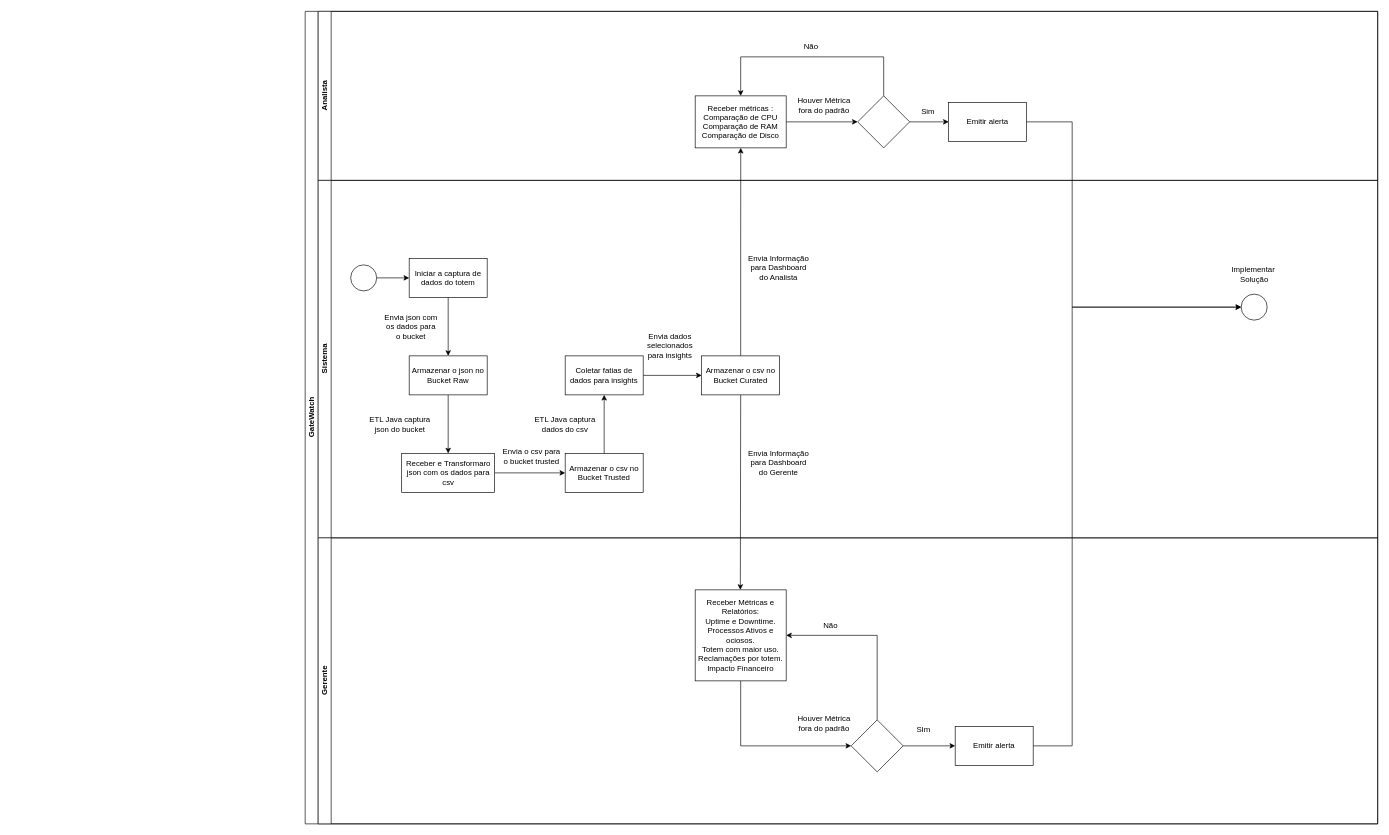
Before: Documentação/BPMN/BPMNGateWatch.drawio in Gate-Watch/Gate-Watch, a draw.io diagram. Source tidied: cells renumbered, new cells numbered last; positions are measured from the earlier drawing's top-left corner, leaving out a move shared by most shapes. Both pictures are drawn from the tidied source at 65%, with x=0, y=0 at pixel (305, 11).
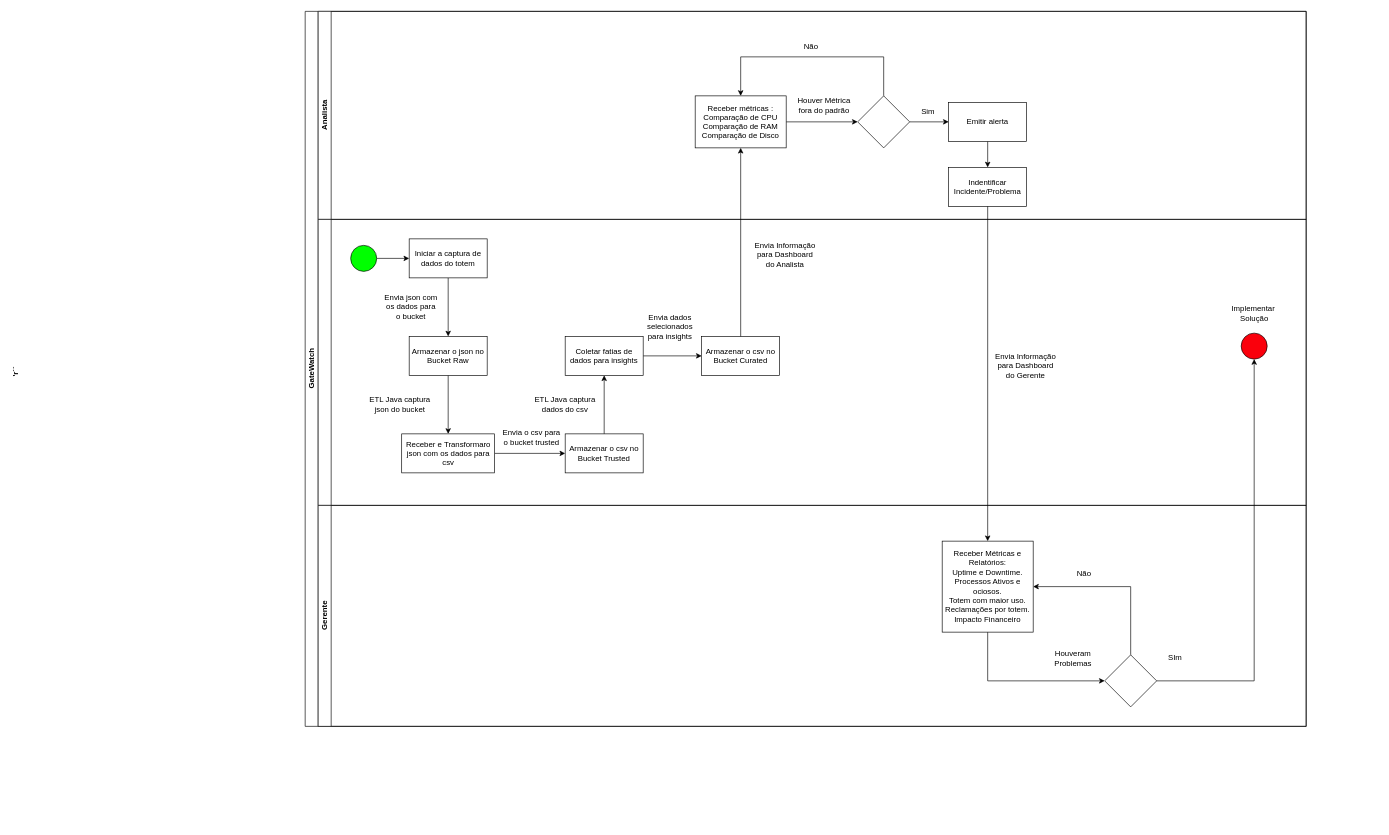
Above is the later version.

The change refers to these unchanged cells:
```xml
<mxCell id="5" value="Receber métricas :&lt;div&gt;Comparação de CPU&lt;/div&gt;&lt;div&gt;Comparação de RAM&lt;/div&gt;&lt;div&gt;Comparação de Disco&lt;/div&gt;" style="rounded=0;whiteSpace=wrap;html=1;" parent="3" vertex="1">
  <mxGeometry x="580" y="130" width="140" height="80" as="geometry" />
</mxCell>
<mxCell id="10" value="Emitir alerta" style="whiteSpace=wrap;html=1;rounded=0;" parent="3" vertex="1">
  <mxGeometry x="970" y="140" width="120" height="60" as="geometry" />
</mxCell>
```

What changed in the source:
```diff
@@
     <mxCell id="2" value="GateWatch" style="swimlane;html=1;horizontal=0;startSize=20;" parent="1" vertex="1">
-      <mxGeometry width="1650" height="1250" as="geometry" />
+      <mxGeometry width="1540" height="1100" as="geometry" />
     </mxCell>
     <mxCell id="3" value="Analista" style="swimlane;html=1;startSize=20;horizontal=0;" parent="2" vertex="1">
-      <mxGeometry x="20" width="1630" height="260" as="geometry" />
+      <mxGeometry x="20" width="1520" height="320" as="geometry" />
     </mxCell>
@@
+    <mxCell id="50" style="edgeStyle=orthogonalEdgeStyle;rounded=0;jettySize=auto;html=1;" parent="3" edge="1" source="10" target="51">
+      <mxGeometry relative="1" as="geometry" />
+    </mxCell>
@@
+    <mxCell id="51" value="Indentificar Incidente/Problema" style="whiteSpace=wrap;html=1;rounded=0;" parent="3" vertex="1">
+      <mxGeometry x="970" y="240" width="120" height="60" as="geometry" />
+    </mxCell>
-    <mxCell id="13" value="Sistema" style="swimlane;html=1;startSize=20;horizontal=0;" parent="2" vertex="1">
-      <mxGeometry x="20" y="260" width="1630" height="550" as="geometry" />
+    <mxCell id="13" value="'r´´&amp;nbsp; &amp;nbsp; &amp;nbsp; &amp;nbsp; &amp;nbsp;&lt;div&gt;&lt;br&gt;&lt;/div&gt;&lt;div&gt;&lt;br&gt;&lt;/div&gt;&lt;div&gt;&lt;br&gt;&lt;/div&gt;&lt;div&gt;&lt;br&gt;&lt;/div&gt;&lt;div&gt;&lt;br&gt;&lt;/div&gt;&lt;div&gt;&lt;br&gt;&lt;/div&gt;&lt;div&gt;&lt;br&gt;&lt;/div&gt;&lt;div&gt;&lt;br&gt;&lt;/div&gt;&lt;div&gt;&lt;br&gt;&lt;/div&gt;&lt;div&gt;&lt;br&gt;&lt;/div&gt;&lt;div&gt;&lt;br&gt;&lt;/div&gt;&lt;div&gt;&lt;br&gt;&lt;/div&gt;&lt;div&gt;&lt;br&gt;&lt;/div&gt;&lt;div&gt;&lt;br&gt;&lt;/div&gt;&lt;div&gt;&lt;br&gt;&lt;/div&gt;&lt;div&gt;&lt;br&gt;&lt;/div&gt;&lt;div&gt;&lt;br&gt;&lt;/div&gt;&lt;div&gt;&lt;br&gt;&lt;/div&gt;&lt;div&gt;&lt;br&gt;&lt;/div&gt;&lt;div&gt;&lt;br&gt;&lt;/div&gt;&lt;div&gt;&lt;br&gt;&lt;/div&gt;&lt;div&gt;&lt;br&gt;&lt;/div&gt;&lt;div&gt;&lt;br&gt;&lt;/div&gt;&lt;div&gt;&lt;br&gt;&lt;/div&gt;&lt;div&gt;&lt;br&gt;&lt;/div&gt;&lt;div&gt;&lt;br&gt;&lt;/div&gt;&lt;div&gt;&lt;br&gt;&lt;/div&gt;&lt;div&gt;&lt;br&gt;&lt;/div&gt;&lt;div&gt;&lt;br&gt;&lt;/div&gt;&lt;div&gt;&lt;br&gt;&lt;/div&gt;&lt;div&gt;&lt;br&gt;&lt;/div&gt;&lt;div&gt;&lt;br&gt;&lt;/div&gt;&lt;div&gt;&lt;br&gt;&lt;/div&gt;&lt;div&gt;&lt;br&gt;&lt;/div&gt;&lt;div&gt;&lt;br&gt;&lt;/div&gt;&lt;div&gt;&lt;br&gt;&lt;/div&gt;&lt;div&gt;&lt;br&gt;&lt;/div&gt;&lt;div&gt;&lt;br&gt;&lt;/div&gt;&lt;div&gt;&lt;br&gt;&lt;/div&gt;&lt;div&gt;&lt;br&gt;&lt;/div&gt;&lt;div&gt;&lt;br&gt;&lt;/div&gt;&lt;div&gt;&lt;br&gt;&lt;/div&gt;&lt;div&gt;&lt;br&gt;&lt;/div&gt;&lt;div&gt;&lt;br&gt;&lt;/div&gt;&lt;div&gt;&lt;br&gt;&lt;/div&gt;&lt;div&gt;&lt;br&gt;&lt;/div&gt;&lt;div&gt;&lt;br&gt;&lt;/div&gt;&lt;div&gt;&lt;br&gt;&lt;/div&gt;&lt;div&gt;&lt;br&gt;&lt;/div&gt;&lt;div&gt;&lt;br&gt;&lt;/div&gt;&lt;div&gt;&lt;br&gt;&lt;/div&gt;&lt;div&gt;&lt;br&gt;&lt;/div&gt;&lt;div&gt;&lt;br&gt;&lt;/div&gt;&lt;div&gt;&lt;br&gt;&lt;/div&gt;&lt;div&gt;&lt;br&gt;&lt;/div&gt;&lt;div&gt;&lt;br&gt;&lt;/div&gt;&lt;div&gt;&lt;br&gt;&lt;/div&gt;&lt;div&gt;&lt;br&gt;&lt;/div&gt;&lt;div&gt;&lt;br&gt;&lt;/div&gt;&lt;div&gt;&lt;br&gt;&lt;/div&gt;&lt;div&gt;&lt;br&gt;&lt;/div&gt;&lt;div&gt;&lt;br&gt;&lt;/div&gt;&lt;div&gt;&lt;br&gt;&lt;/div&gt;&lt;div&gt;&lt;br&gt;&lt;/div&gt;&lt;div&gt;&lt;br&gt;&lt;/div&gt;&lt;div&gt;&lt;br&gt;&lt;/div&gt;" style="swimlane;html=1;startSize=20;horizontal=0;" parent="2" vertex="1">
+      <mxGeometry x="20" y="320" width="1520" height="440" as="geometry" />
     </mxCell>
@@
     <mxCell id="15" value="Iniciar a captura de&lt;div&gt;dados do totem&lt;/div&gt;" style="rounded=0;whiteSpace=wrap;html=1;" parent="13" vertex="1">
-      <mxGeometry x="140" y="120" width="120" height="60" as="geometry" />
+      <mxGeometry x="140" y="30" width="120" height="60" as="geometry" />
     </mxCell>
@@
     <mxCell id="17" value="Armazenar o json no Bucket Raw" style="whiteSpace=wrap;html=1;rounded=0;" parent="13" vertex="1">
-      <mxGeometry x="140" y="270" width="120" height="60" as="geometry" />
+      <mxGeometry x="140" y="180" width="120" height="60" as="geometry" />
     </mxCell>
     <mxCell id="18" value="Envia json com os dados para o bucket" style="text;html=1;align=center;verticalAlign=middle;whiteSpace=wrap;rounded=0;" parent="13" vertex="1">
-      <mxGeometry x="100" y="190" width="86" height="70" as="geometry" />
+      <mxGeometry x="100" y="100" width="86" height="70" as="geometry" />
     </mxCell>
@@
     <mxCell id="20" value="Receber e Transformaro json com os dados para csv" style="whiteSpace=wrap;html=1;rounded=0;" parent="13" vertex="1">
-      <mxGeometry x="128.5" y="420" width="143" height="60" as="geometry" />
+      <mxGeometry x="128.5" y="330" width="143" height="60" as="geometry" />
     </mxCell>
@@
-    <mxCell id="22" style="ellipse;whiteSpace=wrap;html=1;" parent="13" vertex="1">
-      <mxGeometry x="50" y="130" width="40" height="40" as="geometry" />
+    <mxCell id="22" style="ellipse;whiteSpace=wrap;html=1;fillStyle=solid;fillColor=#00FF00;" parent="13" vertex="1">
+      <mxGeometry x="50" y="40" width="40" height="40" as="geometry" />
     </mxCell>
     <mxCell id="23" value="ETL Java captura json do bucket" style="text;html=1;align=center;verticalAlign=middle;whiteSpace=wrap;rounded=0;" parent="13" vertex="1">
-      <mxGeometry x="66" y="360" width="120" height="30" as="geometry" />
+      <mxGeometry x="66" y="270" width="120" height="30" as="geometry" />
     </mxCell>
@@
     <mxCell id="25" value="Armazenar o csv no Bucket Trusted" style="whiteSpace=wrap;html=1;rounded=0;" parent="13" vertex="1">
-      <mxGeometry x="380" y="420" width="120" height="60" as="geometry" />
+      <mxGeometry x="380" y="330" width="120" height="60" as="geometry" />
     </mxCell>
     <mxCell id="26" value="Envia o csv para o bucket trusted" style="text;html=1;align=center;verticalAlign=middle;whiteSpace=wrap;rounded=0;" parent="13" vertex="1">
-      <mxGeometry x="280" y="400" width="97" height="50" as="geometry" />
+      <mxGeometry x="280" y="310" width="97" height="50" as="geometry" />
     </mxCell>
@@
     <mxCell id="28" value="Coletar fatias de dados para insights" style="whiteSpace=wrap;html=1;rounded=0;" parent="13" vertex="1">
-      <mxGeometry x="380" y="270" width="120" height="60" as="geometry" />
+      <mxGeometry x="380" y="180" width="120" height="60" as="geometry" />
     </mxCell>
-    <mxCell id="29" style="edgeStyle=orthogonalEdgeStyle;rounded=0;jettySize=auto;html=1;exitX=0.5;exitY=0;exitDx=0;exitDy=0;" parent="13" edge="1" source="31">
-      <mxGeometry relative="1" as="geometry">
-        <mxPoint x="650.1" y="-50" as="targetPoint" />
-      </mxGeometry>
-    </mxCell>
-    <mxCell id="30" style="edgeStyle=orthogonalEdgeStyle;rounded=0;jettySize=auto;html=1;exitX=0.5;exitY=1;exitDx=0;exitDy=0;" parent="13" edge="1" source="31">
-      <mxGeometry relative="1" as="geometry">
-        <mxPoint x="649.5" y="630" as="targetPoint" />
-      </mxGeometry>
-    </mxCell>
     <mxCell id="31" value="Armazenar o csv no Bucket Curated" style="whiteSpace=wrap;html=1;rounded=0;" parent="13" vertex="1">
-      <mxGeometry x="590" y="270" width="120" height="60" as="geometry" />
+      <mxGeometry x="590" y="180" width="120" height="60" as="geometry" />
     </mxCell>
     <mxCell id="32" value="ETL Java captura&lt;div&gt;dados do csv&lt;/div&gt;" style="text;html=1;align=center;verticalAlign=middle;whiteSpace=wrap;rounded=0;" parent="13" vertex="1">
-      <mxGeometry x="320" y="360" width="120" height="30" as="geometry" />
+      <mxGeometry x="320" y="270" width="120" height="30" as="geometry" />
     </mxCell>
     <mxCell id="33" value="Envia dados selecionados para insights" style="text;html=1;align=center;verticalAlign=middle;whiteSpace=wrap;rounded=0;" parent="13" vertex="1">
-      <mxGeometry x="493" y="230" width="97" height="50" as="geometry" />
+      <mxGeometry x="493" y="140" width="97" height="50" as="geometry" />
     </mxCell>
     <mxCell id="34" value="Envia Informação para Dashboard&lt;div&gt;do Analista&lt;/div&gt;" style="text;html=1;align=center;verticalAlign=middle;whiteSpace=wrap;rounded=0;" parent="13" vertex="1">
-      <mxGeometry x="660" y="110" width="97" height="50" as="geometry" />
+      <mxGeometry x="670" y="30" width="97" height="50" as="geometry" />
     </mxCell>
     <mxCell id="35" value="Envia Informação para Dashboard&lt;div&gt;do Gerente&lt;/div&gt;" style="text;html=1;align=center;verticalAlign=middle;whiteSpace=wrap;rounded=0;" parent="13" vertex="1">
-      <mxGeometry x="660" y="410" width="97" height="50" as="geometry" />
+      <mxGeometry x="1040" y="200" width="97" height="50" as="geometry" />
     </mxCell>
-    <mxCell id="36" style="ellipse;whiteSpace=wrap;html=1;" parent="13" vertex="1">
+    <mxCell id="36" style="ellipse;whiteSpace=wrap;html=1;fillStyle=solid;fillColor=#fa000c;" parent="13" vertex="1">
       <mxGeometry x="1420" y="175" width="40" height="40" as="geometry" />
     </mxCell>
@@
-    <mxCell id="38" style="edgeStyle=orthogonalEdgeStyle;rounded=0;jettySize=auto;html=1;exitX=1;exitY=0.5;exitDx=0;exitDy=0;entryX=0;entryY=0.5;entryDx=0;entryDy=0;" parent="2" edge="1" source="10" target="36">
-      <mxGeometry relative="1" as="geometry">
-        <Array as="points">
-          <mxPoint x="1180" y="170" />
-          <mxPoint x="1180" y="455" />
-        </Array>
-      </mxGeometry>
-    </mxCell>
-    <mxCell id="39" style="edgeStyle=orthogonalEdgeStyle;rounded=0;jettySize=auto;html=1;exitX=1;exitY=0.5;exitDx=0;exitDy=0;entryX=0;entryY=0.5;entryDx=0;entryDy=0;" parent="2" edge="1" source="47" target="36">
-      <mxGeometry relative="1" as="geometry">
-        <Array as="points">
-          <mxPoint x="1180" y="1130" />
-          <mxPoint x="1180" y="455" />
-        </Array>
-      </mxGeometry>
-    </mxCell>
+    <mxCell id="29" style="edgeStyle=orthogonalEdgeStyle;rounded=0;jettySize=auto;html=1;exitX=0.5;exitY=0;exitDx=0;exitDy=0;entryX=0.5;entryY=1;entryDx=0;entryDy=0;" parent="2" edge="1" source="31" target="5">
+      <mxGeometry relative="1" as="geometry" />
+    </mxCell>
+    <mxCell id="52" style="edgeStyle=orthogonalEdgeStyle;rounded=0;jettySize=auto;html=1;exitX=0.5;exitY=1;exitDx=0;exitDy=0;" parent="2" edge="1" source="51" target="42">
+      <mxGeometry relative="1" as="geometry" />
+    </mxCell>
     <mxCell id="40" value="Gerente" style="swimlane;html=1;startSize=20;horizontal=0;" parent="2" vertex="1">
-      <mxGeometry x="20" y="810" width="1630" height="440" as="geometry" />
+      <mxGeometry x="20" y="760" width="1520" height="340" as="geometry" />
     </mxCell>
@@
     <mxCell id="42" value="&lt;div style=&quot;&quot;&gt;&lt;span style=&quot;background-color: initial;&quot;&gt;Receber Métricas e Relatórios:&lt;/span&gt;&lt;/div&gt;&lt;div style=&quot;&quot;&gt;Uptime e Downtime.&lt;/div&gt;&lt;div style=&quot;&quot;&gt;Processos Ativos e ociosos.&lt;/div&gt;&lt;div style=&quot;&quot;&gt;Totem com maior uso.&lt;/div&gt;&lt;div style=&quot;&quot;&gt;Reclamações por totem.&lt;/div&gt;&lt;div style=&quot;&quot;&gt;Impacto Financeiro&lt;/div&gt;" style="rounded=0;whiteSpace=wrap;html=1;align=center;" parent="40" vertex="1">
-      <mxGeometry x="580" y="80" width="140" height="140" as="geometry" />
+      <mxGeometry x="960" y="55" width="140" height="140" as="geometry" />
     </mxCell>
-    <mxCell id="43" style="edgeStyle=orthogonalEdgeStyle;rounded=0;jettySize=auto;html=1;exitX=1;exitY=0.5;exitDx=0;exitDy=0;entryX=0;entryY=0.5;entryDx=0;entryDy=0;" parent="40" edge="1" source="45" target="47">
-      <mxGeometry relative="1" as="geometry" />
-    </mxCell>
@@
     <mxCell id="45" style="rhombus;whiteSpace=wrap;html=1;" parent="40" vertex="1">
-      <mxGeometry x="820" y="280" width="80" height="80" as="geometry" />
+      <mxGeometry x="1210" y="230" width="80" height="80" as="geometry" />
     </mxCell>
-    <mxCell id="46" value="Houver Métrica&lt;div&gt;fora do padrão&lt;/div&gt;" style="text;html=1;align=center;verticalAlign=middle;whiteSpace=wrap;rounded=0;" parent="40" vertex="1">
-      <mxGeometry x="730" y="260" width="97" height="50" as="geometry" />
+    <mxCell id="46" value="Houveram Problemas" style="text;html=1;align=center;verticalAlign=middle;whiteSpace=wrap;rounded=0;" parent="40" vertex="1">
+      <mxGeometry x="1113" y="210" width="97" height="50" as="geometry" />
     </mxCell>
-    <mxCell id="47" value="Emitir alerta" style="whiteSpace=wrap;html=1;rounded=0;" parent="40" vertex="1">
-      <mxGeometry x="980" y="290" width="120" height="60" as="geometry" />
-    </mxCell>
     <mxCell id="48" value="SIm" style="text;html=1;align=center;verticalAlign=middle;whiteSpace=wrap;rounded=0;" parent="40" vertex="1">
-      <mxGeometry x="883" y="270" width="97" height="50" as="geometry" />
+      <mxGeometry x="1290" y="220" width="57" height="30" as="geometry" />
     </mxCell>
     <mxCell id="49" value="Não" style="text;html=1;align=center;verticalAlign=middle;whiteSpace=wrap;rounded=0;" parent="40" vertex="1">
-      <mxGeometry x="740" y="110" width="97" height="50" as="geometry" />
+      <mxGeometry x="1130" y="80" width="97" height="50" as="geometry" />
     </mxCell>
+    <mxCell id="53" style="edgeStyle=orthogonalEdgeStyle;rounded=0;jettySize=auto;html=1;exitX=1;exitY=0.5;exitDx=0;exitDy=0;entryX=0.5;entryY=1;entryDx=0;entryDy=0;" parent="2" edge="1" source="45" target="36">
+      <mxGeometry relative="1" as="geometry" />
+    </mxCell>
```
